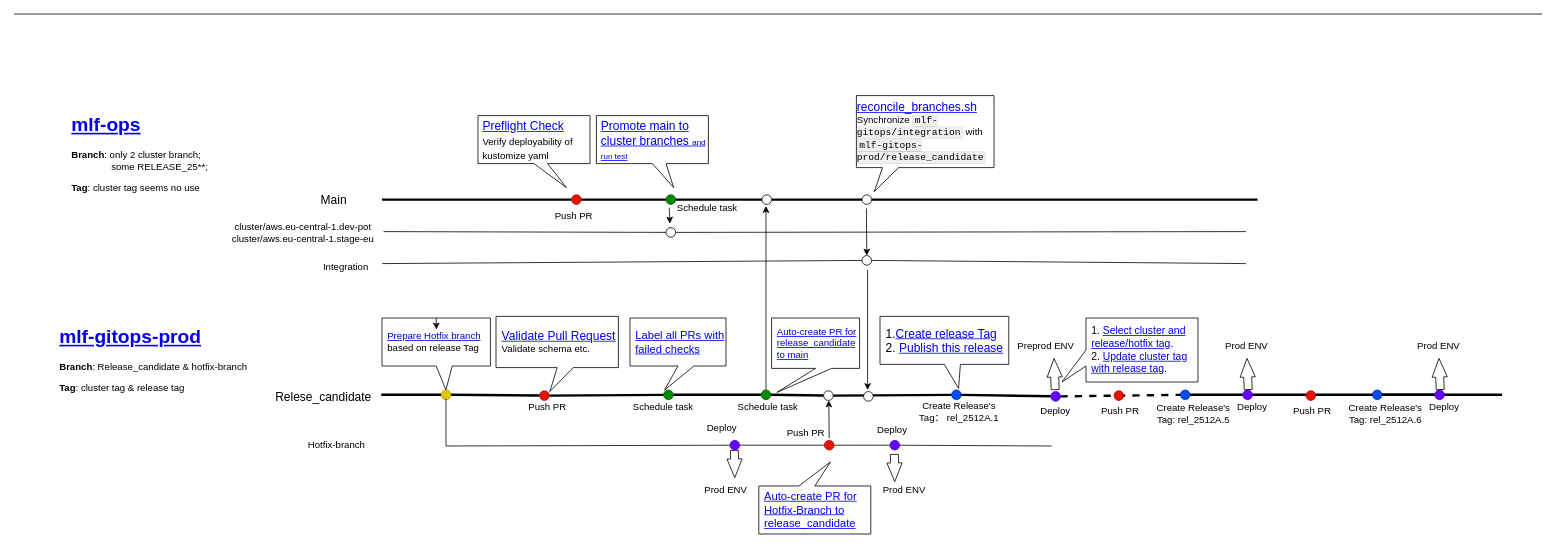
Before: Drawio/AI Core release process.drawio in polark-bit/StudyGit, a draw.io diagram. Source tidied: cells renumbered, new cells numbered last; positions are measured from the earlier drawing's top-left corner, leaving out a move shared by most shapes. Both pictures are drawn from the tidied source at 80%, with x=0, y=0 at pixel (14, 14).
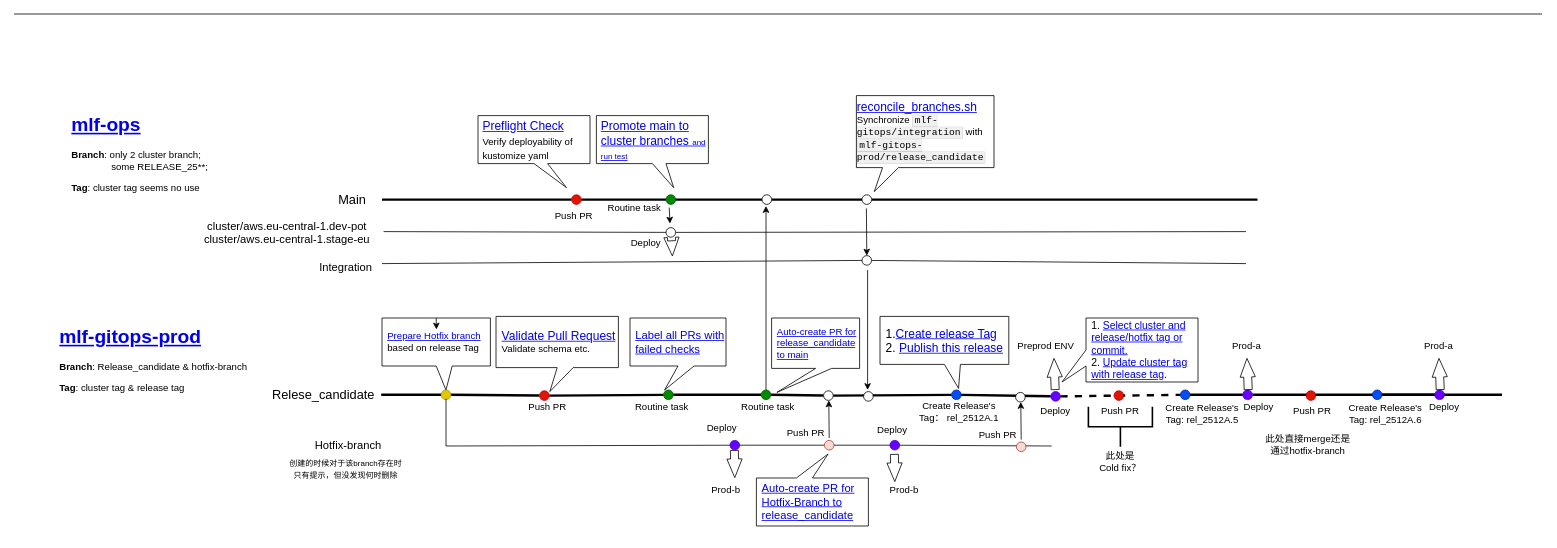
Above is the later version.

What changed in the source:
```diff
@@
-    <mxCell id="12" value="cluster/aws.eu-central-1.dev-pot&lt;div&gt;cluster/aws.eu-central-1.stage-eu&lt;/div&gt;" style="text;html=1;whiteSpace=wrap;strokeColor=none;fillColor=none;align=center;verticalAlign=middle;rounded=0;" parent="1" vertex="1">
-      <mxGeometry x="255" y="258" width="213" height="30" as="geometry" />
+    <mxCell id="12" value="&lt;font style=&quot;font-size: 14px;&quot;&gt;cluster/aws.eu-central-1.dev-pot&lt;/font&gt;&lt;div&gt;&lt;font style=&quot;font-size: 14px;&quot;&gt;cluster/aws.eu-central-1.stage-eu&lt;/font&gt;&lt;/div&gt;" style="text;html=1;whiteSpace=wrap;strokeColor=none;fillColor=none;align=center;verticalAlign=middle;rounded=0;" parent="1" vertex="1">
+      <mxGeometry x="235" y="258" width="213" height="30" as="geometry" />
     </mxCell>
-    <mxCell id="13" value="&lt;font style=&quot;font-size: 15px;&quot;&gt;Main&lt;/font&gt;" style="text;html=1;whiteSpace=wrap;strokeColor=none;fillColor=none;align=center;verticalAlign=middle;rounded=0;" parent="1" vertex="1">
-      <mxGeometry x="370" y="217" width="60" height="30" as="geometry" />
+    <mxCell id="13" value="&lt;font style=&quot;font-size: 16px;&quot;&gt;Main&lt;/font&gt;" style="text;html=1;whiteSpace=wrap;strokeColor=none;fillColor=none;align=center;verticalAlign=middle;rounded=0;" parent="1" vertex="1">
+      <mxGeometry x="392.5" y="217" width="60" height="30" as="geometry" />
     </mxCell>
-    <mxCell id="14" value="&amp;nbsp;Schedule task" style="text;html=1;whiteSpace=wrap;strokeColor=none;fillColor=none;align=center;verticalAlign=middle;rounded=0;" parent="1" vertex="1">
-      <mxGeometry x="815" y="228" width="100" height="30" as="geometry" />
+    <mxCell id="14" value="&amp;nbsp;Routine task" style="text;html=1;whiteSpace=wrap;strokeColor=none;fillColor=none;align=center;verticalAlign=middle;rounded=0;" parent="1" vertex="1">
+      <mxGeometry x="724" y="228" width="100" height="30" as="geometry" />
     </mxCell>
@@
-    <mxCell id="20" value="Integration" style="text;html=1;whiteSpace=wrap;strokeColor=none;fillColor=none;align=center;verticalAlign=middle;rounded=0;" parent="1" vertex="1">
+    <mxCell id="20" value="&lt;font style=&quot;font-size: 14px;&quot;&gt;Integration&lt;/font&gt;" style="text;html=1;whiteSpace=wrap;strokeColor=none;fillColor=none;align=center;verticalAlign=middle;rounded=0;" parent="1" vertex="1">
       <mxGeometry x="385" y="302" width="60" height="30" as="geometry" />
     </mxCell>
@@
-    <mxCell id="27" value="&lt;font style=&quot;font-size: 15px;&quot;&gt;Relese_candidate&lt;/font&gt;" style="text;html=1;whiteSpace=wrap;strokeColor=none;fillColor=none;align=center;verticalAlign=middle;rounded=0;" parent="1" vertex="1">
-      <mxGeometry x="333" y="463" width="108" height="30" as="geometry" />
+    <mxCell id="27" value="&lt;font style=&quot;font-size: 16px;&quot;&gt;Relese_candidate&lt;/font&gt;" style="text;html=1;whiteSpace=wrap;strokeColor=none;fillColor=none;align=center;verticalAlign=middle;rounded=0;" parent="1" vertex="1">
+      <mxGeometry x="333" y="461" width="108" height="30" as="geometry" />
     </mxCell>
@@
-    <mxCell id="34" value="&amp;nbsp;Schedule task" style="text;html=1;whiteSpace=wrap;strokeColor=none;fillColor=none;align=center;verticalAlign=middle;rounded=0;" parent="1" vertex="1">
+    <mxCell id="34" value="&amp;nbsp;Routine task" style="text;html=1;whiteSpace=wrap;strokeColor=none;fillColor=none;align=center;verticalAlign=middle;rounded=0;" parent="1" vertex="1">
       <mxGeometry x="891" y="476" width="100" height="30" as="geometry" />
     </mxCell>
@@
-    <mxCell id="39" value="&amp;nbsp;Schedule task" style="text;html=1;whiteSpace=wrap;strokeColor=none;fillColor=none;align=center;verticalAlign=middle;rounded=0;" parent="1" vertex="1">
+    <mxCell id="39" value="Routine task" style="text;html=1;whiteSpace=wrap;strokeColor=none;fillColor=none;align=center;verticalAlign=middle;rounded=0;" parent="1" vertex="1">
       <mxGeometry x="760" y="476" width="100" height="30" as="geometry" />
     </mxCell>
@@
-    <mxCell id="53" value="Hotfix-branch" style="text;html=1;whiteSpace=wrap;strokeColor=none;fillColor=none;align=center;verticalAlign=middle;rounded=0;" parent="1" vertex="1">
-      <mxGeometry x="366" y="524" width="75" height="30" as="geometry" />
+    <mxCell id="53" value="&lt;font style=&quot;font-size: 14px;&quot;&gt;Hotfix-branch&lt;/font&gt;" style="text;html=1;whiteSpace=wrap;strokeColor=none;fillColor=none;align=center;verticalAlign=middle;rounded=0;" parent="1" vertex="1">
+      <mxGeometry x="366" y="524" width="104" height="30" as="geometry" />
     </mxCell>
@@
     <mxCell id="60" value="Create Release's Tag: rel_2512A.5" style="text;html=1;whiteSpace=wrap;strokeColor=none;fillColor=none;align=center;verticalAlign=middle;rounded=0;" parent="1" vertex="1">
-      <mxGeometry x="1416" y="485" width="117" height="30" as="geometry" />
+      <mxGeometry x="1427" y="485" width="117" height="30" as="geometry" />
     </mxCell>
@@
-    <mxCell id="64" value="&lt;font style=&quot;font-size: 13px;&quot;&gt;1. &lt;a href=&quot;https://github.tools.sap/MLF-prod/mlf-gitops-prod/actions/runs/22360340/workflow&quot;&gt;Select cluster and release/hotfix tag&lt;/a&gt;.&lt;/font&gt;&lt;div&gt;&lt;font style=&quot;font-size: 13px;&quot;&gt;2. &lt;a href=&quot;https://github.tools.sap/MLF-prod/mlf-gitops-prod/actions/workflows/update-targets.yaml&quot;&gt;Update cluster tag with release tag&lt;/a&gt;.&lt;/font&gt;&lt;/div&gt;" style="shape=callout;whiteSpace=wrap;html=1;perimeter=calloutPerimeter;strokeColor=default;align=left;verticalAlign=middle;fontFamily=Helvetica;fontSize=12;fontColor=default;fillColor=default;direction=south;position2=1;spacingLeft=5;" parent="1" vertex="1">
+    <mxCell id="64" value="&lt;font style=&quot;font-size: 13px;&quot;&gt;1. &lt;a href=&quot;https://github.tools.sap/MLF-prod/mlf-gitops-prod/actions/runs/22360340/workflow&quot;&gt;Select cluster and release/hotfix tag&amp;nbsp;or commit.&lt;/a&gt;&lt;/font&gt;&lt;div&gt;&lt;font style=&quot;font-size: 13px;&quot;&gt;2. &lt;a href=&quot;https://github.tools.sap/MLF-prod/mlf-gitops-prod/actions/workflows/update-targets.yaml&quot;&gt;Update cluster tag with release tag&lt;/a&gt;.&lt;/font&gt;&lt;/div&gt;" style="shape=callout;whiteSpace=wrap;html=1;perimeter=calloutPerimeter;strokeColor=default;align=left;verticalAlign=middle;fontFamily=Helvetica;fontSize=12;fontColor=default;fillColor=default;direction=south;position2=1;spacingLeft=5;" parent="1" vertex="1">
       <mxGeometry x="1310" y="380" width="170" height="80" as="geometry" />
     </mxCell>
@@
     <mxCell id="69" value="Deploy" style="text;html=1;whiteSpace=wrap;strokeColor=none;fillColor=none;align=center;verticalAlign=middle;rounded=0;" parent="1" vertex="1">
-      <mxGeometry x="1518" y="476" width="60" height="30" as="geometry" />
+      <mxGeometry x="1526" y="476" width="60" height="30" as="geometry" />
     </mxCell>
@@
-    <mxCell id="73" value="Prod ENV" style="text;html=1;whiteSpace=wrap;strokeColor=none;fillColor=none;align=center;verticalAlign=middle;rounded=0;fontFamily=Helvetica;fontSize=12;fontColor=default;" parent="1" vertex="1">
+    <mxCell id="73" value="Prod-a" style="text;html=1;whiteSpace=wrap;strokeColor=none;fillColor=none;align=center;verticalAlign=middle;rounded=0;fontFamily=Helvetica;fontSize=12;fontColor=default;" parent="1" vertex="1">
       <mxGeometry x="1511" y="400" width="60" height="30" as="geometry" />
     </mxCell>
@@
-    <mxCell id="82" value="Prod ENV" style="text;html=1;whiteSpace=wrap;strokeColor=none;fillColor=none;align=center;verticalAlign=middle;rounded=0;fontFamily=Helvetica;fontSize=12;fontColor=default;" parent="1" vertex="1">
+    <mxCell id="82" value="Prod-a" style="text;html=1;whiteSpace=wrap;strokeColor=none;fillColor=none;align=center;verticalAlign=middle;rounded=0;fontFamily=Helvetica;fontSize=12;fontColor=default;" parent="1" vertex="1">
       <mxGeometry x="1751" y="400" width="60" height="30" as="geometry" />
     </mxCell>
@@
-    <mxCell id="90" value="Prod ENV" style="text;html=1;whiteSpace=wrap;strokeColor=none;fillColor=none;align=center;verticalAlign=middle;rounded=0;fontFamily=Helvetica;fontSize=12;fontColor=default;" parent="1" vertex="1">
+    <mxCell id="90" value="Prod-b" style="text;html=1;whiteSpace=wrap;strokeColor=none;fillColor=none;align=center;verticalAlign=middle;rounded=0;fontFamily=Helvetica;fontSize=12;fontColor=default;" parent="1" vertex="1">
       <mxGeometry x="860" y="580" width="60" height="30" as="geometry" />
     </mxCell>
@@
-    <mxCell id="92" value="Prod ENV" style="text;html=1;whiteSpace=wrap;strokeColor=none;fillColor=none;align=center;verticalAlign=middle;rounded=0;fontFamily=Helvetica;fontSize=12;fontColor=default;" parent="1" vertex="1">
+    <mxCell id="92" value="Prod-b" style="text;html=1;whiteSpace=wrap;strokeColor=none;fillColor=none;align=center;verticalAlign=middle;rounded=0;fontFamily=Helvetica;fontSize=12;fontColor=default;" parent="1" vertex="1">
       <mxGeometry x="1083" y="580" width="60" height="30" as="geometry" />
     </mxCell>
@@
-    <mxCell id="95" style="ellipse;whiteSpace=wrap;html=1;fillColor=#e51400;fontColor=#ffffff;strokeColor=#B20000;" parent="1" vertex="1">
+    <mxCell id="95" style="ellipse;whiteSpace=wrap;html=1;fillColor=#fad9d5;strokeColor=#ae4132;" parent="1" vertex="1">
       <mxGeometry x="1013" y="533" width="12" height="12" as="geometry" />
     </mxCell>
@@
     <mxCell id="99" value="&lt;span style=&quot;font-size: 14px;&quot;&gt;&lt;a href=&quot;https://github.tools.sap/MLF-prod/mlf-gitops-prod/blob/release_candidate/.github/workflows/auto-reconcile-hotfix.yaml&quot;&gt;Auto-create PR for Hotfix-Branch to release_candidate&lt;/a&gt;&lt;/span&gt;" style="shape=callout;whiteSpace=wrap;html=1;perimeter=calloutPerimeter;strokeColor=default;align=left;verticalAlign=middle;fontFamily=Helvetica;fontSize=12;fontColor=default;fillColor=default;direction=west;position2=0.36;spacingLeft=5;" parent="1" vertex="1">
-      <mxGeometry x="931" y="560" width="140" height="90" as="geometry" />
+      <mxGeometry x="928" y="550" width="140" height="90" as="geometry" />
     </mxCell>
+    <mxCell id="100" value="Push PR" style="text;html=1;whiteSpace=wrap;strokeColor=none;fillColor=none;align=center;verticalAlign=middle;rounded=0;" parent="1" vertex="1">
+      <mxGeometry x="1200" y="511" width="60" height="30" as="geometry" />
+    </mxCell>
+    <mxCell id="101" style="ellipse;whiteSpace=wrap;html=1;fillColor=#fad9d5;strokeColor=#ae4132;" parent="1" vertex="1">
+      <mxGeometry x="1253" y="535" width="12" height="12" as="geometry" />
+    </mxCell>
+    <mxCell id="102" style="ellipse;whiteSpace=wrap;html=1;" parent="1" vertex="1">
+      <mxGeometry x="1252" y="473" width="12" height="12" as="geometry" />
+    </mxCell>
+    <mxCell id="103" style="endArrow=classic;html=1;rounded=0;" parent="1" edge="1">
+      <mxGeometry relative="1" as="geometry">
+        <mxPoint x="1259" y="532" as="sourcePoint" />
+        <mxPoint x="1258.5" y="485" as="targetPoint" />
+      </mxGeometry>
+    </mxCell>
+    <mxCell id="104" value="&lt;font style=&quot;color: light-dark(rgb(0, 0, 0), rgb(255, 0, 0));&quot;&gt;&lt;font style=&quot;font-size: 10px;&quot;&gt;创建的时候对于该branch存在时只有提示，但&lt;/font&gt;&lt;span style=&quot;font-size: 10px;&quot;&gt;没发现何时删除&lt;/span&gt;&lt;/font&gt;" style="text;html=1;whiteSpace=wrap;strokeColor=none;fillColor=none;align=center;verticalAlign=middle;rounded=0;fontFamily=Helvetica;fontSize=12;fontColor=default;" parent="1" vertex="1">
+      <mxGeometry x="340" y="554" width="150" height="30" as="geometry" />
+    </mxCell>
+    <mxCell id="105" value="Deploy" style="text;html=1;whiteSpace=wrap;strokeColor=none;fillColor=none;align=center;verticalAlign=middle;rounded=0;" parent="1" vertex="1">
+      <mxGeometry x="760" y="272" width="60" height="30" as="geometry" />
+    </mxCell>
+    <mxCell id="106" style="shape=flexArrow;endArrow=classic;html=1;rounded=0;fontFamily=Helvetica;fontSize=12;fontColor=default;endWidth=8;endSize=7.43;" parent="1" edge="1">
+      <mxGeometry relative="1" as="geometry">
+        <mxPoint x="822" y="283" as="sourcePoint" />
+        <mxPoint x="823" y="303" as="targetPoint" />
+      </mxGeometry>
+    </mxCell>
+    <mxCell id="107" style="strokeWidth=2;html=1;shape=mxgraph.flowchart.annotation_2;align=left;labelPosition=right;strokeColor=default;verticalAlign=middle;fontFamily=Helvetica;fontSize=12;fontColor=default;fillColor=default;rotation=-90;" parent="1" vertex="1">
+      <mxGeometry x="1358" y="476" width="50" height="80" as="geometry" />
+    </mxCell>
+    <mxCell id="108" value="&lt;font style=&quot;color: light-dark(rgb(0, 0, 0), rgb(255, 0, 0));&quot;&gt;此处是Cold fix？&lt;/font&gt;" style="text;html=1;whiteSpace=wrap;strokeColor=none;fillColor=none;align=center;verticalAlign=middle;rounded=0;fontFamily=Helvetica;fontSize=12;fontColor=default;" parent="1" vertex="1">
+      <mxGeometry x="1353" y="545" width="60" height="30" as="geometry" />
+    </mxCell>
+    <mxCell id="109" value="&lt;font style=&quot;color: light-dark(rgb(0, 0, 0), rgb(255, 0, 0));&quot;&gt;此处直接merge还是通过hotfix-branch&lt;/font&gt;" style="text;html=1;whiteSpace=wrap;strokeColor=none;fillColor=none;align=center;verticalAlign=middle;rounded=0;fontFamily=Helvetica;fontSize=12;fontColor=default;" parent="1" vertex="1">
+      <mxGeometry x="1563" y="524" width="109" height="30" as="geometry" />
+    </mxCell>
```
